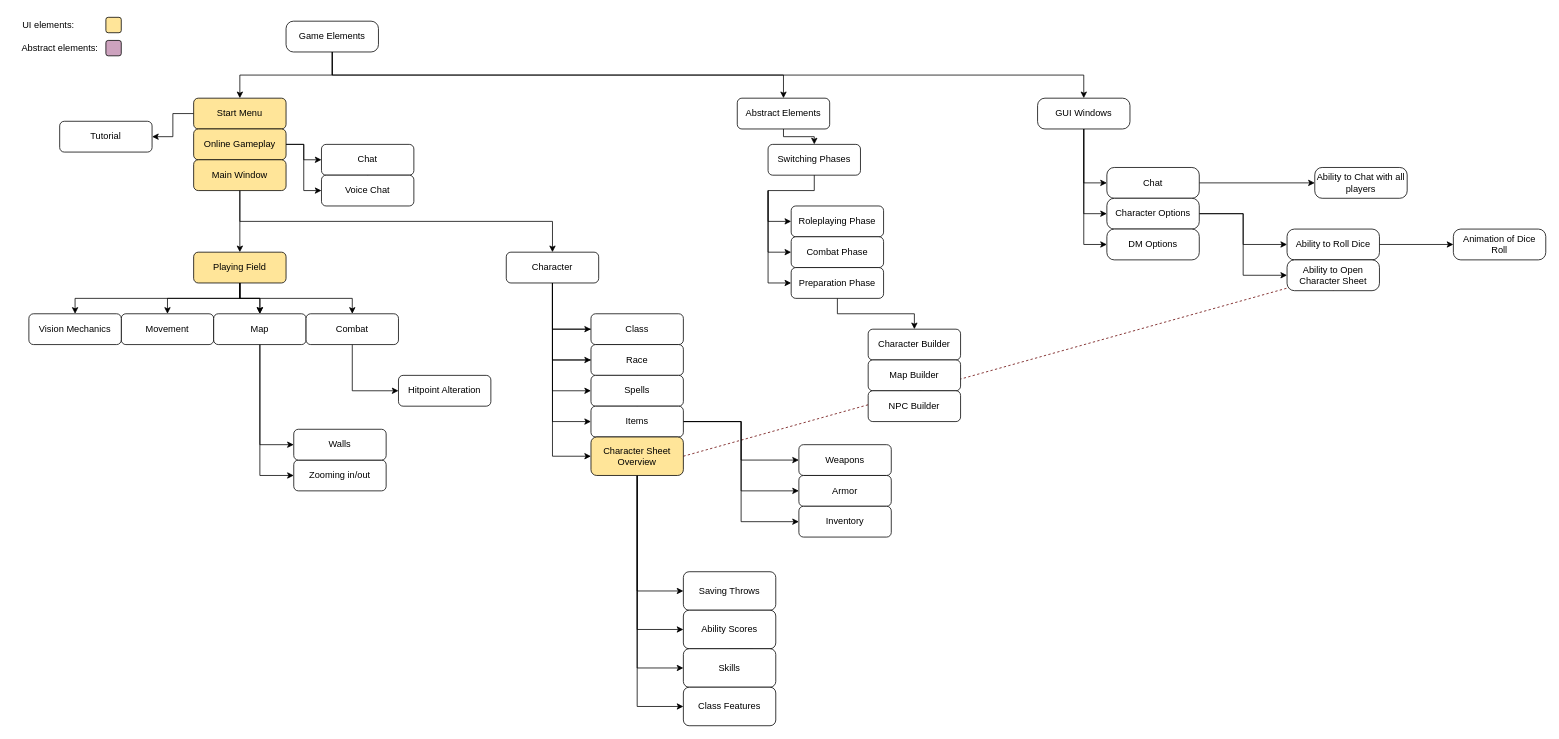
Earlier version of the draw.io diagram Dependency graph.drawio (Nemijt03/Dnd-Simulator). Source tidied: cells renumbered, new cells numbered last; positions are measured from the earlier drawing's top-left corner, leaving out a move shared by most shapes. Both pictures are drawn from the tidied source at 77%, with x=0, y=0 at pixel (13, 13).
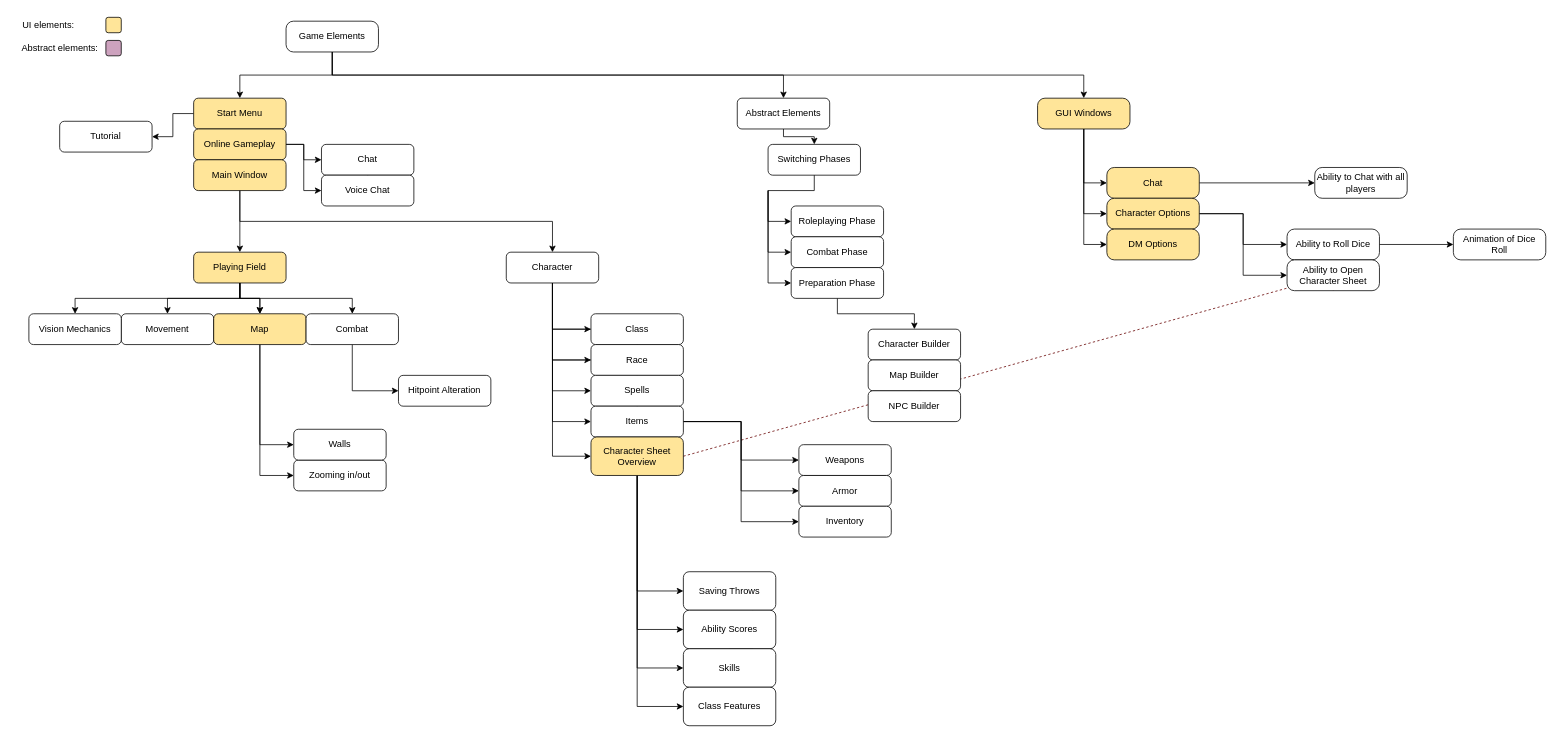
The same page after the edit.

Diff of the diagram source:
```diff
@@
-    <mxCell id="41" value="Map" style="rounded=1;whiteSpace=wrap;html=1;" parent="1" vertex="1">
+    <mxCell id="41" value="Map" style="rounded=1;whiteSpace=wrap;html=1;fillColor=#FFE599;" parent="1" vertex="1">
       <mxGeometry x="260" y="390" width="120" height="40" as="geometry" />
     </mxCell>
@@
-    <mxCell id="79" value="GUI Windows" style="rounded=1;whiteSpace=wrap;html=1;arcSize=24;" parent="1" vertex="1">
+    <mxCell id="79" value="GUI Windows" style="rounded=1;whiteSpace=wrap;html=1;arcSize=24;fillColor=#FFE599;" parent="1" vertex="1">
       <mxGeometry x="1330" y="110" width="120" height="40" as="geometry" />
     </mxCell>
@@
-    <mxCell id="81" value="Chat" style="rounded=1;whiteSpace=wrap;html=1;arcSize=24;" parent="1" vertex="1">
+    <mxCell id="81" value="Chat" style="rounded=1;whiteSpace=wrap;html=1;arcSize=24;fillColor=#FFE599;" parent="1" vertex="1">
       <mxGeometry x="1420" y="200" width="120" height="40" as="geometry" />
     </mxCell>
@@
-    <mxCell id="84" value="Character Options" style="rounded=1;whiteSpace=wrap;html=1;arcSize=24;" parent="1" vertex="1">
+    <mxCell id="84" value="Character Options" style="rounded=1;whiteSpace=wrap;html=1;arcSize=24;fillColor=#FFE599;" parent="1" vertex="1">
       <mxGeometry x="1420" y="240" width="120" height="40" as="geometry" />
     </mxCell>
-    <mxCell id="85" value="DM Options" style="rounded=1;whiteSpace=wrap;html=1;arcSize=24;" parent="1" vertex="1">
+    <mxCell id="85" value="DM Options" style="rounded=1;whiteSpace=wrap;html=1;arcSize=24;fillColor=#FFE599;" parent="1" vertex="1">
       <mxGeometry x="1420" y="280" width="120" height="40" as="geometry" />
     </mxCell>
```
